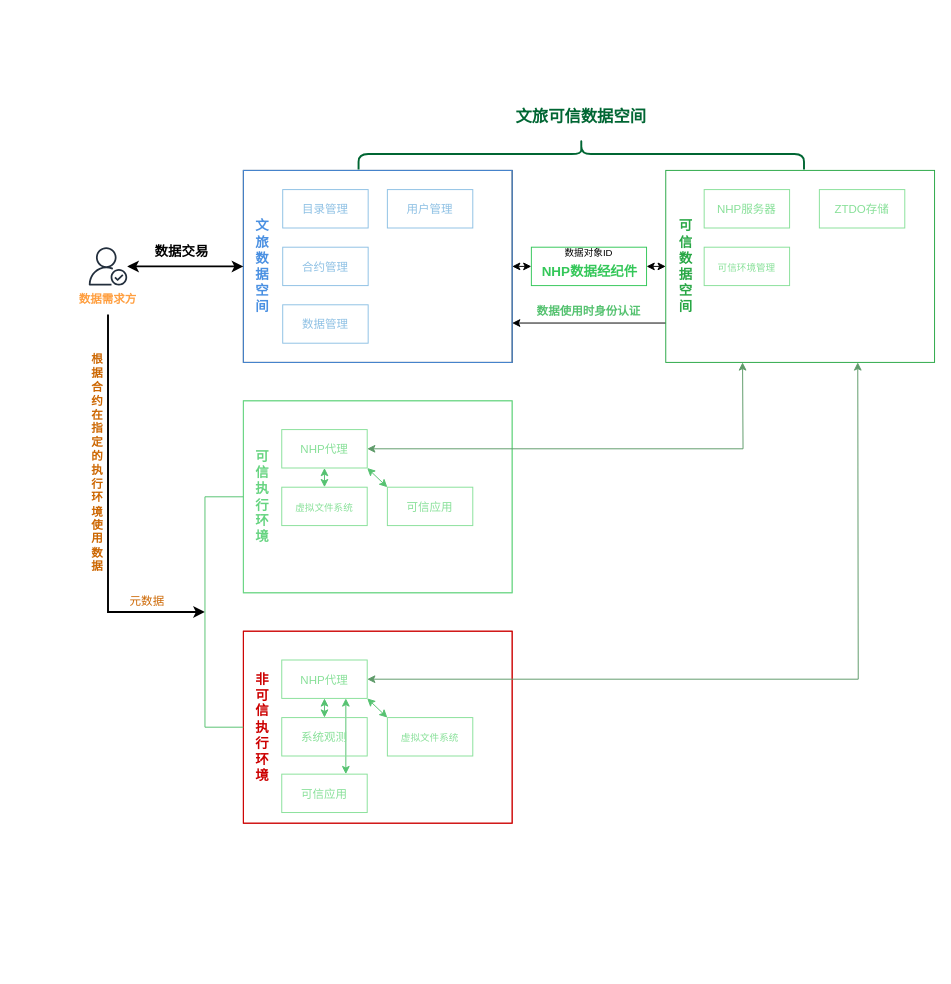
This is page "DHP可信数据空间架构" (4 of 4) of dhp/confidential.computing.productization.based.on.dhp.drawio from wenhulove333/opendhp, a draw.io file, before an edit. Source tidied: cells renumbered, new cells numbered last; positions are measured from the earlier drawing's top-left corner, leaving out a move shared by most shapes. Both pictures are drawn from the tidied source at 96%, with x=0, y=0 at pixel (74, -69).
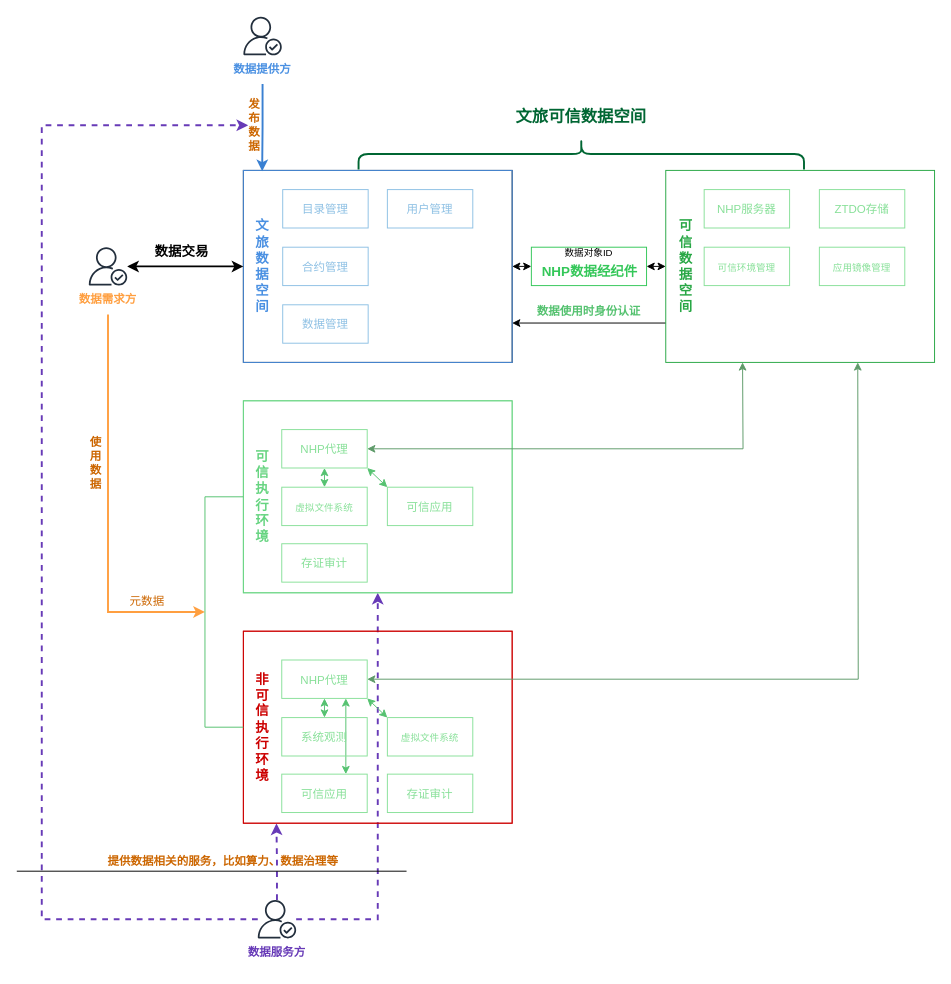
The same diagram, later.

The change refers to these unchanged cells:
```xml
<mxCell id="4" style="rounded=0;whiteSpace=wrap;html=1;fillColor=none;strokeColor=#4A90E2;" parent="2" vertex="1">
  <mxGeometry width="280" height="200" as="geometry" />
</mxCell>
<mxCell id="18" style="group;fillColor=none;" parent="1" vertex="1">
  <mxGeometry y="329" width="70" height="70" as="geometry" />
</mxCell>
<mxCell id="21" value="&lt;b&gt;&lt;font style=&quot;font-size: 12px; color: rgb(255, 159, 64);&quot;&gt;数据需求方&lt;/font&gt;&lt;/b&gt;" style="text;html=1;align=center;verticalAlign=middle;whiteSpace=wrap;rounded=0;" parent="18" vertex="1">
  <mxGeometry y="40" width="70" height="30" as="geometry" />
</mxCell>
<mxCell id="32" style="group;strokeColor=#88E099;" parent="1" vertex="1">
  <mxGeometry x="176" y="489" width="280" height="200" as="geometry" />
</mxCell>
<mxCell id="33" style="rounded=0;whiteSpace=wrap;html=1;fillColor=none;strokeColor=#66D480;" parent="32" vertex="1">
  <mxGeometry width="280" height="200" as="geometry" />
</mxCell>
<mxCell id="51" style="group;strokeColor=#CC0000;" parent="1" vertex="1">
  <mxGeometry x="176" y="729" width="280" height="200" as="geometry" />
</mxCell>
<mxCell id="53" style="rounded=0;whiteSpace=wrap;html=1;fillColor=none;strokeColor=#CC0000;" parent="51" vertex="1">
  <mxGeometry width="280" height="200" as="geometry" />
</mxCell>
```

What changed in the source:
```diff
@@
+    <mxCell id="77" style="edgeStyle=orthogonalEdgeStyle;rounded=0;jettySize=auto;html=1;entryX=0.5;entryY=1;entryDx=0;entryDy=0;strokeWidth=2;strokeColor=#673AB7;dashed=1;" parent="1" edge="1" source="88" target="33">
+      <mxGeometry relative="1" as="geometry">
+        <Array as="points">
+          <mxPoint x="316" y="1029" />
+        </Array>
+      </mxGeometry>
+    </mxCell>
@@
-    <mxCell id="20" style="edgeStyle=orthogonalEdgeStyle;rounded=0;jettySize=auto;html=1;exitX=0.5;exitY=1;exitDx=0;exitDy=0;strokeWidth=2;" parent="18" edge="1" source="21">
+    <mxCell id="20" style="edgeStyle=orthogonalEdgeStyle;rounded=0;jettySize=auto;html=1;exitX=0.5;exitY=1;exitDx=0;exitDy=0;strokeWidth=2;strokeColor=#FF9F40;" parent="18" edge="1" source="21">
       <mxGeometry relative="1" as="geometry">
         <mxPoint x="136" y="380" as="targetPoint" />
         <Array as="points">
           <mxPoint x="35" y="380" />
         </Array>
       </mxGeometry>
     </mxCell>
@@
+    <mxCell id="78" style="rounded=0;whiteSpace=wrap;html=1;fillColor=none;strokeColor=#88E099;" parent="32" vertex="1">
+      <mxGeometry x="40" y="148.9" width="89" height="40" as="geometry" />
+    </mxCell>
+    <mxCell id="79" value="&lt;font color=&quot;#88e099&quot;&gt;存证审计&lt;/font&gt;" style="text;html=1;align=center;verticalAlign=middle;whiteSpace=wrap;rounded=0;" parent="32" vertex="1">
+      <mxGeometry x="50" y="156.9" width="69" height="26" as="geometry" />
+    </mxCell>
@@
+    <mxCell id="80" style="rounded=0;whiteSpace=wrap;html=1;fillColor=none;strokeColor=#88E099;" parent="51" vertex="1">
+      <mxGeometry x="150" y="148.9" width="89" height="40" as="geometry" />
+    </mxCell>
+    <mxCell id="81" value="&lt;font color=&quot;#88e099&quot;&gt;存证审计&lt;/font&gt;" style="text;html=1;align=center;verticalAlign=middle;whiteSpace=wrap;rounded=0;" parent="51" vertex="1">
+      <mxGeometry x="160" y="156.9" width="69" height="26" as="geometry" />
+    </mxCell>
@@
-    <mxCell id="71" value="&lt;b style=&quot;&quot;&gt;&lt;font style=&quot;font-size: 12px; color: rgb(204, 102, 0);&quot;&gt;根据合约在指定的执行环境使用数据&lt;/font&gt;&lt;/b&gt;" style="text;html=1;align=center;verticalAlign=middle;whiteSpace=wrap;rounded=0;" parent="1" vertex="1">
-      <mxGeometry x="19" y="449" width="10" height="210" as="geometry" />
+    <mxCell id="71" value="&lt;b style=&quot;&quot;&gt;&lt;font style=&quot;font-size: 12px; color: rgb(204, 102, 0);&quot;&gt;使用数据&lt;/font&gt;&lt;/b&gt;" style="text;html=1;align=center;verticalAlign=middle;whiteSpace=wrap;rounded=0;" parent="1" vertex="1">
+      <mxGeometry x="16" y="519" width="13" height="70" as="geometry" />
     </mxCell>
@@
+    <mxCell id="82" style="group;fillColor=none;" parent="1" vertex="1">
+      <mxGeometry x="161" y="89" width="70" height="70" as="geometry" />
+    </mxCell>
+    <mxCell id="83" style="sketch=0;fontColor=#232F3E;gradientColor=none;fillColor=#FF9F40;strokeColor=#FF9F40;dashed=0;verticalLabelPosition=bottom;verticalAlign=top;align=center;html=1;fontSize=12;fontStyle=0;shape=mxgraph.aws4.authenticated_user;" parent="82" vertex="1">
+      <mxGeometry x="15" width="40" height="40" as="geometry" />
+    </mxCell>
+    <mxCell id="84" value="&lt;b&gt;&lt;font style=&quot;font-size: 12px; color: rgb(74, 144, 226);&quot;&gt;数据提供方&lt;/font&gt;&lt;/b&gt;" style="text;html=1;align=center;verticalAlign=middle;whiteSpace=wrap;rounded=0;" parent="82" vertex="1">
+      <mxGeometry y="40" width="70" height="30" as="geometry" />
+    </mxCell>
+    <mxCell id="85" style="edgeStyle=orthogonalEdgeStyle;rounded=0;jettySize=auto;html=1;exitX=0.5;exitY=1;exitDx=0;exitDy=0;entryX=0.07;entryY=0.004;entryDx=0;entryDy=0;entryPerimeter=0;strokeWidth=2;strokeColor=#3A80D2;" parent="1" edge="1" source="84" target="4">
+      <mxGeometry relative="1" as="geometry" />
+    </mxCell>
+    <mxCell id="86" value="&lt;b style=&quot;&quot;&gt;&lt;font style=&quot;font-size: 12px; color: rgb(204, 102, 0);&quot;&gt;发布数据&lt;/font&gt;&lt;/b&gt;" style="text;html=1;align=center;verticalAlign=middle;whiteSpace=wrap;rounded=0;" parent="1" vertex="1">
+      <mxGeometry x="181" y="167" width="13" height="70" as="geometry" />
+    </mxCell>
+    <mxCell id="87" style="group;fillColor=none;dashed=1;dashPattern=12 12;strokeColor=none;" parent="1" vertex="1">
+      <mxGeometry x="176" y="1009" width="70" height="70" as="geometry" />
+    </mxCell>
+    <mxCell id="88" style="sketch=0;outlineConnect=0;fontColor=#232F3E;gradientColor=none;fillColor=#FF9F40;strokeColor=#FF9F40;dashed=0;verticalLabelPosition=bottom;verticalAlign=top;align=center;html=1;fontSize=12;fontStyle=0;shape=mxgraph.aws4.authenticated_user;" parent="87" vertex="1">
+      <mxGeometry x="15" width="40" height="40" as="geometry" />
+    </mxCell>
+    <mxCell id="89" value="&lt;b&gt;&lt;font style=&quot;font-size: 12px; color: rgb(103, 58, 183);&quot;&gt;数据服务方&lt;/font&gt;&lt;/b&gt;" style="text;html=1;align=center;verticalAlign=middle;whiteSpace=wrap;rounded=0;" parent="87" vertex="1">
+      <mxGeometry y="40" width="70" height="30" as="geometry" />
+    </mxCell>
+    <mxCell id="90" style="edgeStyle=orthogonalEdgeStyle;rounded=0;jettySize=auto;html=1;entryX=0.123;entryY=1.001;entryDx=0;entryDy=0;entryPerimeter=0;strokeWidth=2;strokeColor=#673AB7;dashed=1;" parent="1" edge="1" source="88" target="53">
+      <mxGeometry relative="1" as="geometry" />
+    </mxCell>
+    <mxCell id="91" style="edgeStyle=orthogonalEdgeStyle;rounded=0;jettySize=auto;html=1;entryX=0;entryY=0.5;entryDx=0;entryDy=0;strokeWidth=2;strokeColor=#673AB7;dashed=1;" parent="1" edge="1" source="88" target="86">
+      <mxGeometry relative="1" as="geometry">
+        <Array as="points">
+          <mxPoint x="-34" y="1029" />
+          <mxPoint x="-34" y="202" />
+        </Array>
+      </mxGeometry>
+    </mxCell>
+    <mxCell id="92" style="endArrow=none;html=1;rounded=0;strokeWidth=1;" parent="1" edge="1">
+      <mxGeometry relative="1" as="geometry">
+        <mxPoint x="-60" y="979" as="sourcePoint" />
+        <mxPoint x="346" y="979" as="targetPoint" />
+      </mxGeometry>
+    </mxCell>
+    <mxCell id="93" value="&lt;b style=&quot;&quot;&gt;&lt;font style=&quot;font-size: 12px; color: rgb(204, 102, 0);&quot;&gt;提供数据相关的服务，比如算力、数据治理等&lt;/font&gt;&lt;/b&gt;" style="text;html=1;align=center;verticalAlign=middle;whiteSpace=wrap;rounded=0;" parent="1" vertex="1">
+      <mxGeometry x="25" y="959" width="260" height="20" as="geometry" />
+    </mxCell>
+    <mxCell id="94" style="group;" parent="1" vertex="1">
+      <mxGeometry x="776" y="329" width="89" height="40" as="geometry" />
+    </mxCell>
+    <mxCell id="95" style="rounded=0;whiteSpace=wrap;html=1;fillColor=none;strokeColor=#88E099;" parent="94" vertex="1">
+      <mxGeometry width="89" height="40" as="geometry" />
+    </mxCell>
+    <mxCell id="96" value="&lt;font style=&quot;font-size: 10px;&quot; color=&quot;#88e099&quot;&gt;应用镜像管理&lt;/font&gt;" style="text;html=1;align=center;verticalAlign=middle;whiteSpace=wrap;rounded=0;" parent="94" vertex="1">
+      <mxGeometry x="10" y="8" width="69" height="26" as="geometry" />
+    </mxCell>
```
